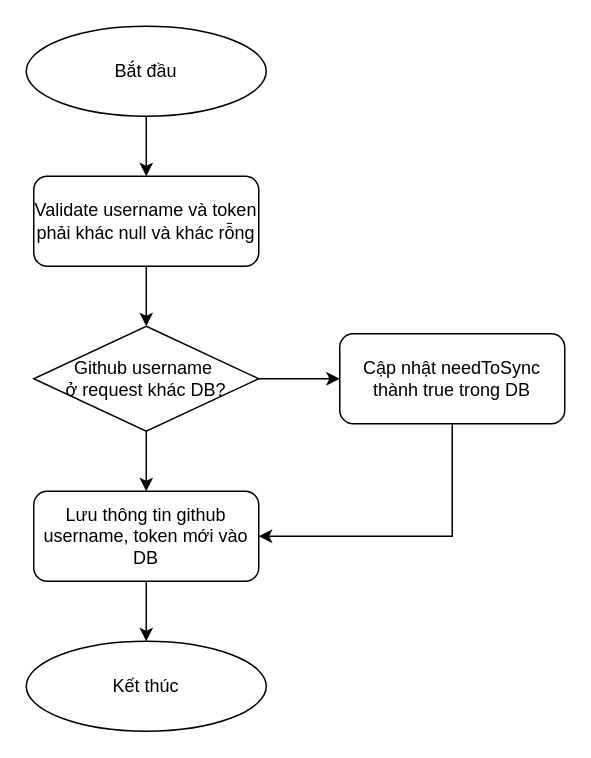
Before: page "sua github user name va token" (7 of 7) of K8SCloudNut.drawio in hiep1097/drawio, a draw.io diagram. Source tidied: cells renumbered, new cells numbered last; positions are measured from the earlier drawing's top-left corner, leaving out a move shared by most shapes. Both pictures are drawn from the tidied source at 150%, with x=0, y=0 at pixel (26, 26).
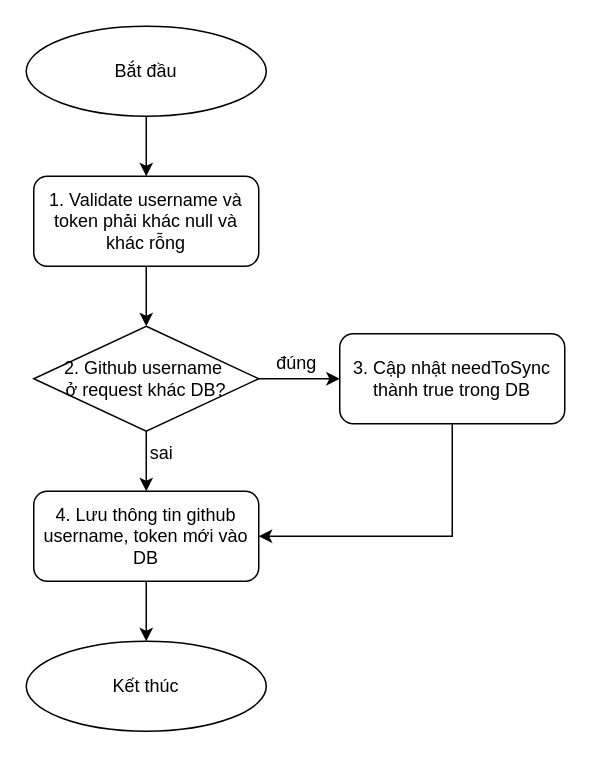
The same diagram, later.

Commit message (it also covers changes not shown here):
Cập nhật K8SCloudNut.drawio

Change to the diagram source:
```diff
@@
 <mxGraphModel>
   <root>
     <mxCell id="0" />
     <mxCell id="1" parent="0" />
     <mxCell id="2" value="Bắt đầu" style="ellipse;whiteSpace=wrap;html=1;" parent="1" vertex="1">
       <mxGeometry width="160" height="60" as="geometry" />
     </mxCell>
-    <mxCell id="3" value="Lưu thông tin github username, token mới vào DB" style="rounded=1;whiteSpace=wrap;html=1;" parent="1" vertex="1">
+    <mxCell id="3" value="4. Lưu thông tin github username, token mới vào DB" style="rounded=1;whiteSpace=wrap;html=1;" parent="1" vertex="1">
       <mxGeometry x="5" y="310" width="150" height="60" as="geometry" />
     </mxCell>
-    <mxCell id="4" value="Validate username và token phải khác null và khác rỗng" style="rounded=1;whiteSpace=wrap;html=1;" parent="1" vertex="1">
+    <mxCell id="4" value="1. Validate username và token phải khác null và khác rỗng" style="rounded=1;whiteSpace=wrap;html=1;" parent="1" vertex="1">
       <mxGeometry x="5" y="100" width="150" height="60" as="geometry" />
     </mxCell>
     <mxCell id="5" value="Kết thúc" style="ellipse;whiteSpace=wrap;html=1;" parent="1" vertex="1">
       <mxGeometry y="410" width="160" height="60" as="geometry" />
     </mxCell>
     <mxCell id="6" style="endArrow=classic;html=1;rounded=0;" parent="1" edge="1" source="2" target="4">
       <mxGeometry relative="1" as="geometry" />
     </mxCell>
     <mxCell id="7" style="endArrow=classic;html=1;rounded=0;" parent="1" edge="1" source="4" target="9">
       <mxGeometry relative="1" as="geometry" />
     </mxCell>
     <mxCell id="8" style="endArrow=classic;html=1;rounded=0;" parent="1" edge="1" source="3" target="5">
       <mxGeometry relative="1" as="geometry" />
     </mxCell>
-    <mxCell id="9" value="Github username&amp;nbsp;&lt;div&gt;ở request khác DB?&lt;/div&gt;" style="rhombus;whiteSpace=wrap;html=1;" parent="1" vertex="1">
+    <mxCell id="9" value="2. Github username&amp;nbsp;&lt;div&gt;ở request khác DB?&lt;/div&gt;" style="rhombus;whiteSpace=wrap;html=1;" parent="1" vertex="1">
       <mxGeometry x="5" y="200" width="150" height="70" as="geometry" />
     </mxCell>
-    <mxCell id="10" value="Cập nhật needToSync thành true trong DB" style="rounded=1;whiteSpace=wrap;html=1;" parent="1" vertex="1">
+    <mxCell id="10" value="3. Cập nhật needToSync thành true trong DB" style="rounded=1;whiteSpace=wrap;html=1;" parent="1" vertex="1">
       <mxGeometry x="209" y="205" width="150" height="60" as="geometry" />
     </mxCell>
     <mxCell id="11" style="endArrow=classic;html=1;rounded=0;" parent="1" edge="1" source="9" target="10">
       <mxGeometry relative="1" as="geometry" />
     </mxCell>
     <mxCell id="12" style="endArrow=classic;html=1;rounded=0;" parent="1" edge="1" source="10" target="3">
       <mxGeometry relative="1" as="geometry">
         <Array as="points">
           <mxPoint x="284" y="340" />
         </Array>
       </mxGeometry>
     </mxCell>
     <mxCell id="13" style="endArrow=classic;html=1;rounded=0;" parent="1" edge="1" source="9" target="3">
       <mxGeometry relative="1" as="geometry" />
     </mxCell>
+    <mxCell id="14" value="đúng" style="text;html=1;align=center;verticalAlign=middle;strokeColor=none;fillColor=none;" parent="1" vertex="1">
+      <mxGeometry x="155" y="210" width="50" height="30" as="geometry" />
+    </mxCell>
+    <mxCell id="15" value="sai" style="text;html=1;align=center;verticalAlign=middle;strokeColor=none;fillColor=none;" parent="1" vertex="1">
+      <mxGeometry x="70" y="270" width="40" height="30" as="geometry" />
+    </mxCell>
   </root>
 </mxGraphModel>
```
